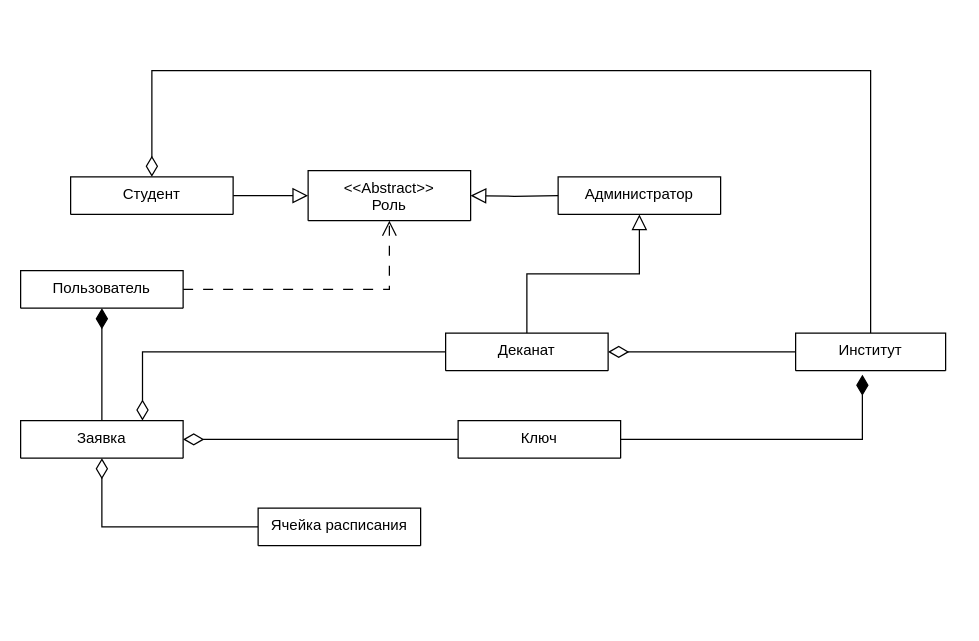
Earlier version of the draw.io diagram ClassDiagram.drawio (brunohits/Key-monitoring). Source tidied: cells renumbered, new cells numbered last; positions are measured from the earlier drawing's top-left corner, leaving out a move shared by most shapes. Both pictures are drawn from the tidied source at 125%, with x=0, y=0 at pixel (20, 70).
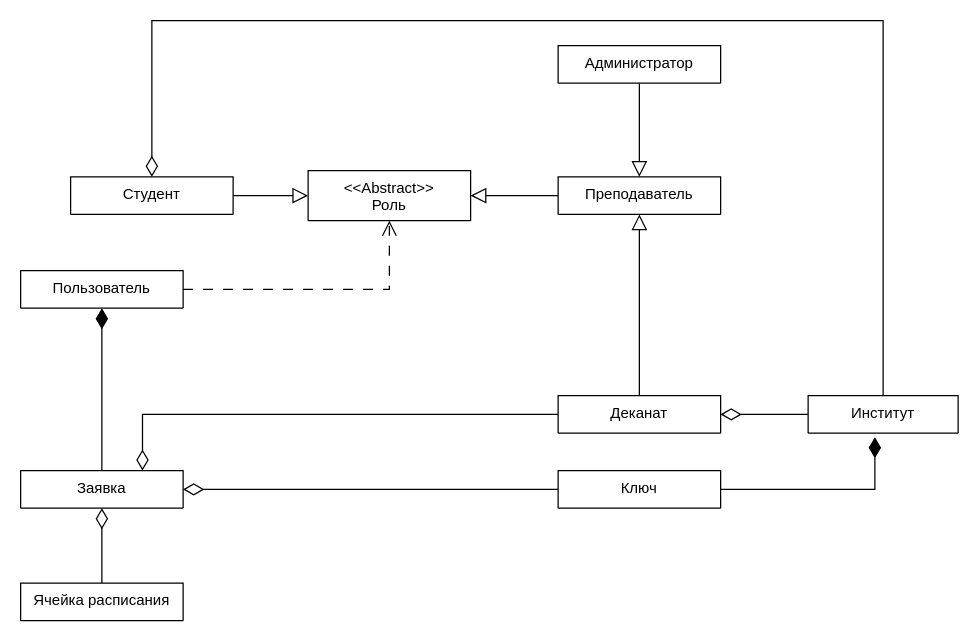
After the change.

Commit message:
Правка ClassDiagram 2

Unchanged cells that the change refers to:
```xml
<mxCell id="3" value="&lt;&lt;Abstract&gt;&gt;&#10;Роль" style="swimlane;fontStyle=0;align=center;verticalAlign=top;horizontal=1;startSize=60;rounded=0;shadow=0;strokeWidth=1;" parent="1" vertex="1" collapsed="1">
  <mxGeometry x="230" y="80" width="130" height="40" as="geometry" />
</mxCell>
<mxCell id="5" value="Студент" style="swimlane;fontStyle=0;align=center;verticalAlign=top;horizontal=1;startSize=60;rounded=0;shadow=0;strokeWidth=1;" parent="1" vertex="1" collapsed="1">
  <mxGeometry x="40" y="85" width="130" height="30" as="geometry" />
</mxCell>
```

What changed in the source:
```diff
@@
+    <mxCell id="22" style="edgeStyle=orthogonalEdgeStyle;rounded=0;jettySize=auto;html=1;entryX=0.5;entryY=0;entryDx=0;entryDy=0;endArrow=block;endFill=0;endSize=10;" parent="1" edge="1" source="2" target="23">
+      <mxGeometry relative="1" as="geometry" />
+    </mxCell>
     <mxCell id="2" value="Администратор" style="swimlane;fontStyle=0;align=center;verticalAlign=top;horizontal=1;startSize=30;rounded=0;shadow=0;strokeWidth=1;" parent="1" vertex="1" collapsed="1">
-      <mxGeometry x="430" y="85" width="130" height="30" as="geometry" />
+      <mxGeometry x="430" y="-20" width="130" height="30" as="geometry" />
     </mxCell>
@@
-    <mxCell id="6" style="edgeStyle=orthogonalEdgeStyle;rounded=0;jettySize=auto;html=1;endArrow=block;endFill=0;endSize=10;" parent="1" edge="1" target="3">
-      <mxGeometry relative="1" as="geometry">
-        <mxPoint x="430" y="100" as="sourcePoint" />
-      </mxGeometry>
+    <mxCell id="6" style="edgeStyle=orthogonalEdgeStyle;rounded=0;jettySize=auto;html=1;endArrow=block;endFill=0;endSize=10;" parent="1" edge="1" source="23" target="3">
+      <mxGeometry relative="1" as="geometry" />
     </mxCell>
+    <mxCell id="23" value="Преподаватель" style="swimlane;fontStyle=0;align=center;verticalAlign=top;horizontal=1;startSize=60;rounded=0;shadow=0;strokeWidth=1;" parent="1" vertex="1" collapsed="1">
+      <mxGeometry x="430" y="85" width="130" height="30" as="geometry" />
+    </mxCell>
@@
-    <mxCell id="10" style="edgeStyle=orthogonalEdgeStyle;rounded=0;jettySize=auto;html=1;entryX=0.5;entryY=1;entryDx=0;entryDy=0;endArrow=block;endFill=0;endSize=10;exitX=0.5;exitY=0;exitDx=0;exitDy=0;" parent="1" edge="1" source="12" target="2">
+    <mxCell id="10" style="edgeStyle=orthogonalEdgeStyle;rounded=0;jettySize=auto;html=1;entryX=0.5;entryY=1;entryDx=0;entryDy=0;endArrow=block;endFill=0;endSize=10;" parent="1" edge="1" source="12" target="23">
       <mxGeometry relative="1" as="geometry" />
     </mxCell>
@@
     <mxCell id="12" value="Деканат" style="swimlane;fontStyle=0;align=center;verticalAlign=top;horizontal=1;startSize=60;rounded=0;shadow=0;strokeWidth=1;" parent="1" vertex="1" collapsed="1">
-      <mxGeometry x="340" y="210" width="130" height="30" as="geometry" />
+      <mxGeometry x="430" y="260" width="130" height="30" as="geometry" />
     </mxCell>
@@
     <mxCell id="14" style="edgeStyle=orthogonalEdgeStyle;rounded=0;jettySize=auto;html=1;entryX=0.5;entryY=0;entryDx=0;entryDy=0;endArrow=diamondThin;endFill=0;endSize=14;exitX=0.5;exitY=0;exitDx=0;exitDy=0;" parent="1" edge="1" source="15" target="5">
       <mxGeometry relative="1" as="geometry">
         <Array as="points">
-          <mxPoint x="680" />
-          <mxPoint x="105" />
+          <mxPoint x="690" y="-40" />
+          <mxPoint x="105" y="-40" />
         </Array>
       </mxGeometry>
     </mxCell>
     <mxCell id="15" value="Институт" style="swimlane;fontStyle=0;align=center;verticalAlign=top;horizontal=1;startSize=60;rounded=0;shadow=0;strokeWidth=1;" parent="1" vertex="1" collapsed="1">
-      <mxGeometry x="620" y="210" width="120" height="30" as="geometry" />
+      <mxGeometry x="630" y="260" width="120" height="30" as="geometry" />
     </mxCell>
     <mxCell id="16" value="Заявка" style="swimlane;fontStyle=0;align=center;verticalAlign=top;horizontal=1;startSize=60;rounded=0;shadow=0;strokeWidth=1;" parent="1" vertex="1" collapsed="1">
-      <mxGeometry y="280" width="130" height="30" as="geometry" />
+      <mxGeometry y="320" width="130" height="30" as="geometry" />
     </mxCell>
@@
     <mxCell id="18" value="Ячейка расписания" style="swimlane;fontStyle=0;align=center;verticalAlign=top;horizontal=1;startSize=30;rounded=0;shadow=0;strokeWidth=1;" parent="1" vertex="1" collapsed="1">
-      <mxGeometry x="190" y="350" width="130" height="30" as="geometry" />
+      <mxGeometry y="410" width="130" height="30" as="geometry" />
     </mxCell>
@@
     <mxCell id="20" value="Ключ" style="swimlane;fontStyle=0;align=center;verticalAlign=top;horizontal=1;startSize=60;rounded=0;shadow=0;strokeWidth=1;" parent="1" vertex="1" collapsed="1">
-      <mxGeometry x="350" y="280" width="130" height="30" as="geometry" />
+      <mxGeometry x="430" y="320" width="130" height="30" as="geometry" />
     </mxCell>
```
